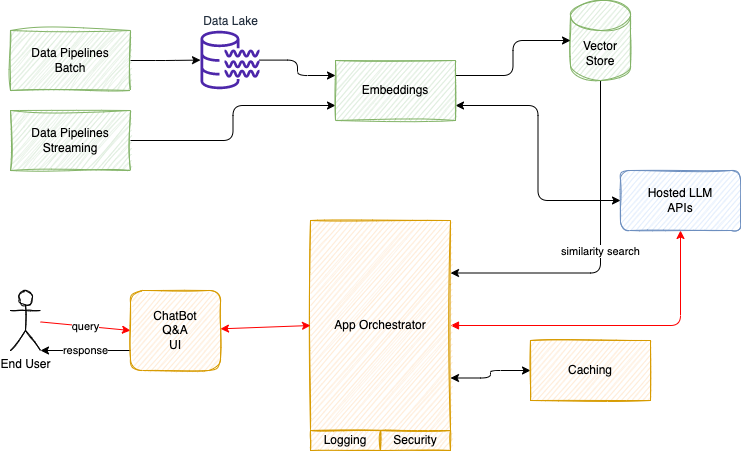
Above: docs/genAI/diagrams/llm-ra-1.drawio.png in jbcodeforce/ML-studies (draw.io), before the change. Source tidied: cells renumbered, new cells last; positions are measured from the earlier drawing's top-left corner, leaving out a move shared by most shapes. Source of this version:
```xml
<mxGraphModel>
  <root>
    <mxCell id="0" />
    <mxCell id="1" parent="0" />
    <mxCell id="2" style="edgeStyle=orthogonalEdgeStyle;html=1;startArrow=none;startFill=0;" parent="1" edge="1" source="3" target="23">
      <mxGeometry relative="1" as="geometry" />
    </mxCell>
    <mxCell id="3" value="Data Pipelines&lt;br&gt;Batch" style="rounded=0;whiteSpace=wrap;html=1;fillColor=#d5e8d4;strokeColor=#82b366;sketch=1;curveFitting=1;jiggle=2;" parent="1" vertex="1">
      <mxGeometry y="30" width="120" height="60" as="geometry" />
    </mxCell>
    <mxCell id="4" style="edgeStyle=orthogonalEdgeStyle;html=1;entryX=0;entryY=0.75;entryDx=0;entryDy=0;startArrow=none;startFill=0;" parent="1" edge="1" source="5" target="19">
      <mxGeometry relative="1" as="geometry" />
    </mxCell>
    <mxCell id="5" value="Data Pipelines&lt;br&gt;Streaming" style="rounded=0;whiteSpace=wrap;html=1;fillColor=#d5e8d4;strokeColor=#82b366;sketch=1;curveFitting=1;jiggle=2;" parent="1" vertex="1">
      <mxGeometry y="110" width="120" height="60" as="geometry" />
    </mxCell>
    <mxCell id="6" value="similarity search" style="edgeStyle=orthogonalEdgeStyle;html=1;entryX=1;entryY=0.25;entryDx=0;entryDy=0;startArrow=none;startFill=0;exitX=0.5;exitY=1;exitDx=0;exitDy=0;exitPerimeter=0;" parent="1" edge="1" source="7" target="10">
      <mxGeometry relative="1" as="geometry" />
    </mxCell>
    <mxCell id="7" value="Vector Store" style="shape=cylinder3;whiteSpace=wrap;html=1;boundedLbl=1;backgroundOutline=1;size=15;sketch=1;fillColor=#d5e8d4;strokeColor=#82b366;" parent="1" vertex="1">
      <mxGeometry x="560" width="60" height="80" as="geometry" />
    </mxCell>
    <mxCell id="8" style="edgeStyle=orthogonalEdgeStyle;html=1;entryX=0.5;entryY=1;entryDx=0;entryDy=0;startArrow=block;startFill=1;strokeColor=#FF0000;" parent="1" edge="1" source="10" target="16">
      <mxGeometry relative="1" as="geometry" />
    </mxCell>
    <mxCell id="9" style="edgeStyle=orthogonalEdgeStyle;html=1;strokeColor=#000000;startArrow=classic;startFill=1;exitX=1;exitY=0.75;exitDx=0;exitDy=0;" parent="1" edge="1" source="10" target="21">
      <mxGeometry relative="1" as="geometry" />
    </mxCell>
    <mxCell id="10" value="App Orchestrator" style="rounded=0;whiteSpace=wrap;html=1;sketch=1;fillColor=#ffe6cc;strokeColor=#d79b00;" parent="1" vertex="1">
      <mxGeometry x="300" y="220" width="140" height="210" as="geometry" />
    </mxCell>
    <mxCell id="11" value="query" style="edgeStyle=none;html=1;entryX=0;entryY=0.5;entryDx=0;entryDy=0;strokeColor=#FF0000;" parent="1" edge="1" source="12" target="15">
      <mxGeometry relative="1" as="geometry" />
    </mxCell>
    <mxCell id="12" value="End User" style="shape=umlActor;verticalLabelPosition=bottom;verticalAlign=top;html=1;outlineConnect=0;sketch=1;" parent="1" vertex="1">
      <mxGeometry y="290" width="30" height="60" as="geometry" />
    </mxCell>
    <mxCell id="13" value="response" style="edgeStyle=none;html=1;entryX=1;entryY=1;entryDx=0;entryDy=0;entryPerimeter=0;exitX=0;exitY=0.75;exitDx=0;exitDy=0;" parent="1" edge="1" source="15" target="12">
      <mxGeometry relative="1" as="geometry" />
    </mxCell>
    <mxCell id="14" style="edgeStyle=none;html=1;entryX=0;entryY=0.5;entryDx=0;entryDy=0;startArrow=classic;startFill=1;strokeColor=#FF0000;" parent="1" edge="1" source="15" target="10">
      <mxGeometry relative="1" as="geometry" />
    </mxCell>
    <mxCell id="15" value="ChatBot&lt;br&gt;Q&amp;amp;A&lt;br&gt;UI" style="rounded=1;whiteSpace=wrap;html=1;sketch=1;fillColor=#ffe6cc;strokeColor=#d79b00;" parent="1" vertex="1">
      <mxGeometry x="120" y="290" width="90" height="80" as="geometry" />
    </mxCell>
    <mxCell id="16" value="Hosted LLM&lt;br&gt;APIs" style="rounded=1;whiteSpace=wrap;html=1;sketch=1;fillColor=#dae8fc;strokeColor=#6c8ebf;" parent="1" vertex="1">
      <mxGeometry x="610" y="170" width="120" height="60" as="geometry" />
    </mxCell>
    <mxCell id="17" style="edgeStyle=orthogonalEdgeStyle;html=1;entryX=0;entryY=0.5;entryDx=0;entryDy=0;startArrow=classic;startFill=1;exitX=1;exitY=0.75;exitDx=0;exitDy=0;" parent="1" edge="1" source="19" target="16">
      <mxGeometry relative="1" as="geometry" />
    </mxCell>
    <mxCell id="18" style="edgeStyle=orthogonalEdgeStyle;html=1;entryX=0;entryY=0.5;entryDx=0;entryDy=0;entryPerimeter=0;startArrow=none;startFill=0;exitX=1;exitY=0.25;exitDx=0;exitDy=0;" parent="1" edge="1" source="19" target="7">
      <mxGeometry relative="1" as="geometry" />
    </mxCell>
    <mxCell id="19" value="Embeddings" style="rounded=0;whiteSpace=wrap;html=1;sketch=1;fillColor=#d5e8d4;strokeColor=#82b366;" parent="1" vertex="1">
      <mxGeometry x="325" y="60" width="120" height="60" as="geometry" />
    </mxCell>
    <mxCell id="20" value="Logging" style="whiteSpace=wrap;html=1;sketch=1;fillColor=#ffe6cc;strokeColor=#d79b00;" parent="1" vertex="1">
      <mxGeometry x="300" y="430" width="70" height="20" as="geometry" />
    </mxCell>
    <mxCell id="21" value="Caching" style="whiteSpace=wrap;html=1;sketch=1;fillColor=#ffe6cc;strokeColor=#d79b00;" parent="1" vertex="1">
      <mxGeometry x="520" y="340" width="120" height="60" as="geometry" />
    </mxCell>
    <mxCell id="22" style="edgeStyle=orthogonalEdgeStyle;html=1;entryX=0;entryY=0.25;entryDx=0;entryDy=0;strokeColor=#000000;startArrow=none;startFill=0;" parent="1" edge="1" source="23" target="19">
      <mxGeometry relative="1" as="geometry" />
    </mxCell>
    <mxCell id="23" value="Data Lake" style="sketch=0;outlineConnect=0;fontColor=#232F3E;gradientColor=none;fillColor=#4D27AA;strokeColor=none;dashed=0;verticalLabelPosition=top;verticalAlign=bottom;align=center;html=1;fontSize=12;fontStyle=0;shape=mxgraph.aws4.data_lake_resource_icon;labelPosition=center;" parent="1" vertex="1">
      <mxGeometry x="190" y="30" width="59" height="59" as="geometry" />
    </mxCell>
    <mxCell id="24" value="Security" style="whiteSpace=wrap;html=1;sketch=1;fillColor=#ffe6cc;strokeColor=#d79b00;" parent="1" vertex="1">
      <mxGeometry x="370" y="430" width="70" height="20" as="geometry" />
    </mxCell>
  </root>
</mxGraphModel>
```
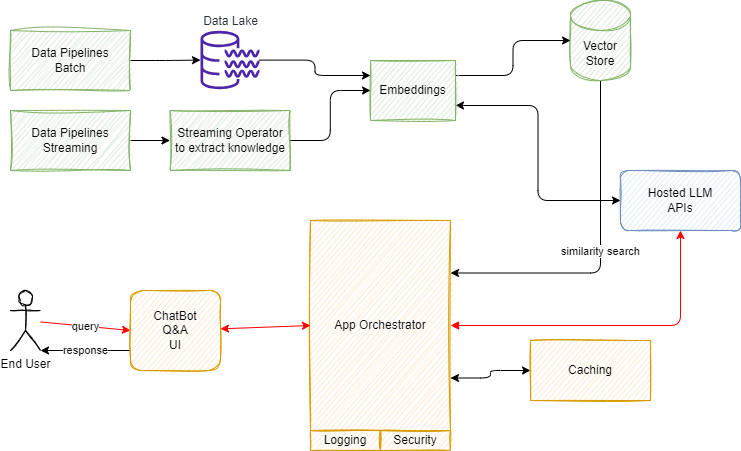
The same diagram one commit later.

Change to the diagram source:
```diff
@@ -8,7 +8,7 @@
     <mxCell id="3" value="Data Pipelines&lt;br&gt;Batch" style="rounded=0;whiteSpace=wrap;html=1;fillColor=#d5e8d4;strokeColor=#82b366;sketch=1;curveFitting=1;jiggle=2;" parent="1" vertex="1">
       <mxGeometry y="30" width="120" height="60" as="geometry" />
     </mxCell>
-    <mxCell id="4" style="edgeStyle=orthogonalEdgeStyle;html=1;entryX=0;entryY=0.75;entryDx=0;entryDy=0;startArrow=none;startFill=0;" parent="1" edge="1" source="5" target="19">
+    <mxCell id="4" style="edgeStyle=orthogonalEdgeStyle;html=1;startArrow=none;startFill=0;" parent="1" edge="1" source="5" target="26">
       <mxGeometry relative="1" as="geometry" />
     </mxCell>
     <mxCell id="5" value="Data Pipelines&lt;br&gt;Streaming" style="rounded=0;whiteSpace=wrap;html=1;fillColor=#d5e8d4;strokeColor=#82b366;sketch=1;curveFitting=1;jiggle=2;" parent="1" vertex="1">
@@ -54,7 +54,7 @@
       <mxGeometry relative="1" as="geometry" />
     </mxCell>
     <mxCell id="19" value="Embeddings" style="rounded=0;whiteSpace=wrap;html=1;sketch=1;fillColor=#d5e8d4;strokeColor=#82b366;" parent="1" vertex="1">
-      <mxGeometry x="325" y="60" width="120" height="60" as="geometry" />
+      <mxGeometry x="360" y="60" width="85" height="60" as="geometry" />
     </mxCell>
     <mxCell id="20" value="Logging" style="whiteSpace=wrap;html=1;sketch=1;fillColor=#ffe6cc;strokeColor=#d79b00;" parent="1" vertex="1">
       <mxGeometry x="300" y="430" width="70" height="20" as="geometry" />
@@ -71,5 +71,11 @@
     <mxCell id="24" value="Security" style="whiteSpace=wrap;html=1;sketch=1;fillColor=#ffe6cc;strokeColor=#d79b00;" parent="1" vertex="1">
       <mxGeometry x="370" y="430" width="70" height="20" as="geometry" />
     </mxCell>
+    <mxCell id="25" style="edgeStyle=orthogonalEdgeStyle;html=1;entryX=0;entryY=0.5;entryDx=0;entryDy=0;" parent="1" edge="1" source="26" target="19">
+      <mxGeometry relative="1" as="geometry" />
+    </mxCell>
+    <mxCell id="26" value="Streaming Operator to extract knowledge" style="rounded=0;whiteSpace=wrap;html=1;fillColor=#d5e8d4;strokeColor=#82b366;sketch=1;curveFitting=1;jiggle=2;" parent="1" vertex="1">
+      <mxGeometry x="159.5" y="110" width="120" height="60" as="geometry" />
+    </mxCell>
   </root>
 </mxGraphModel>
```
